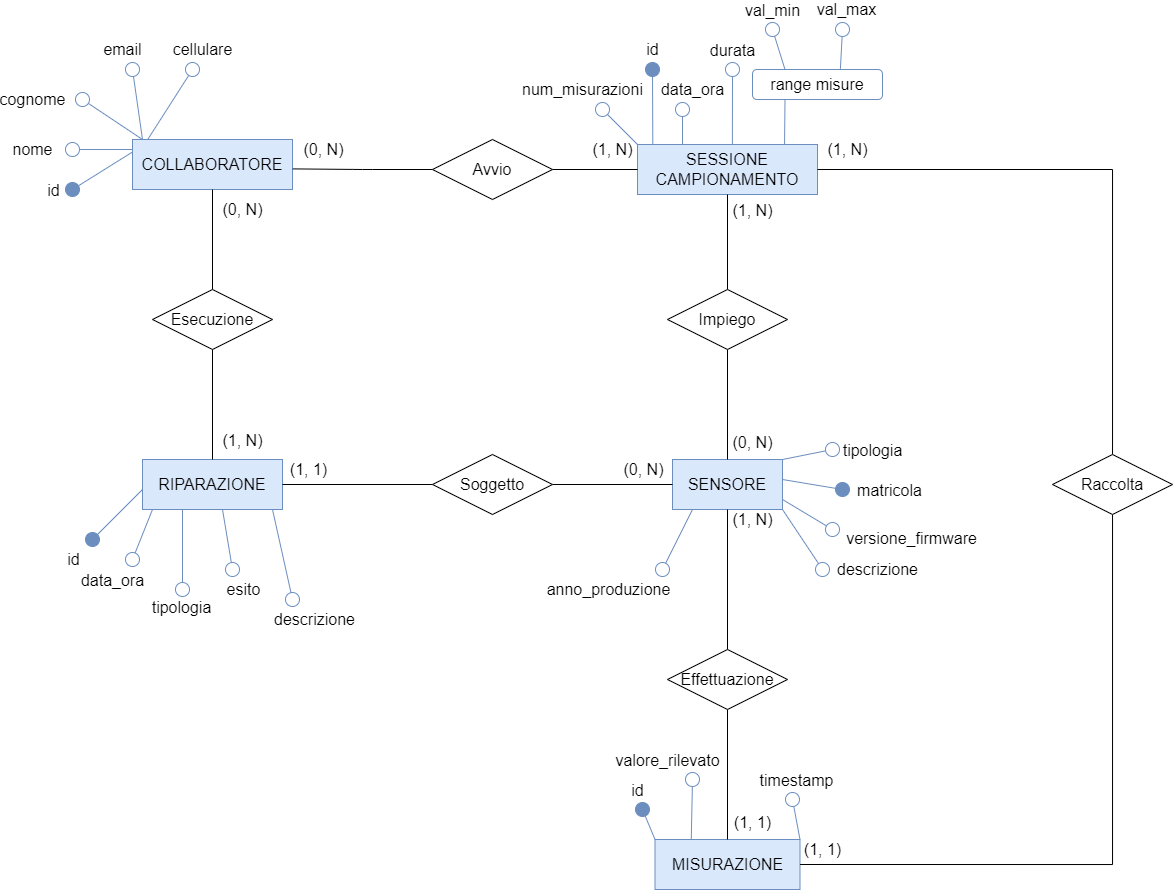
This is diagrammi e-r/Diag. Monitoraggio.png from faffolao/ProgettoBD2022, a draw.io export, as it was before one commit. Source tidied: cells renumbered, new cells last; positions are measured from the earlier drawing's top-left corner, leaving out a move shared by most shapes.
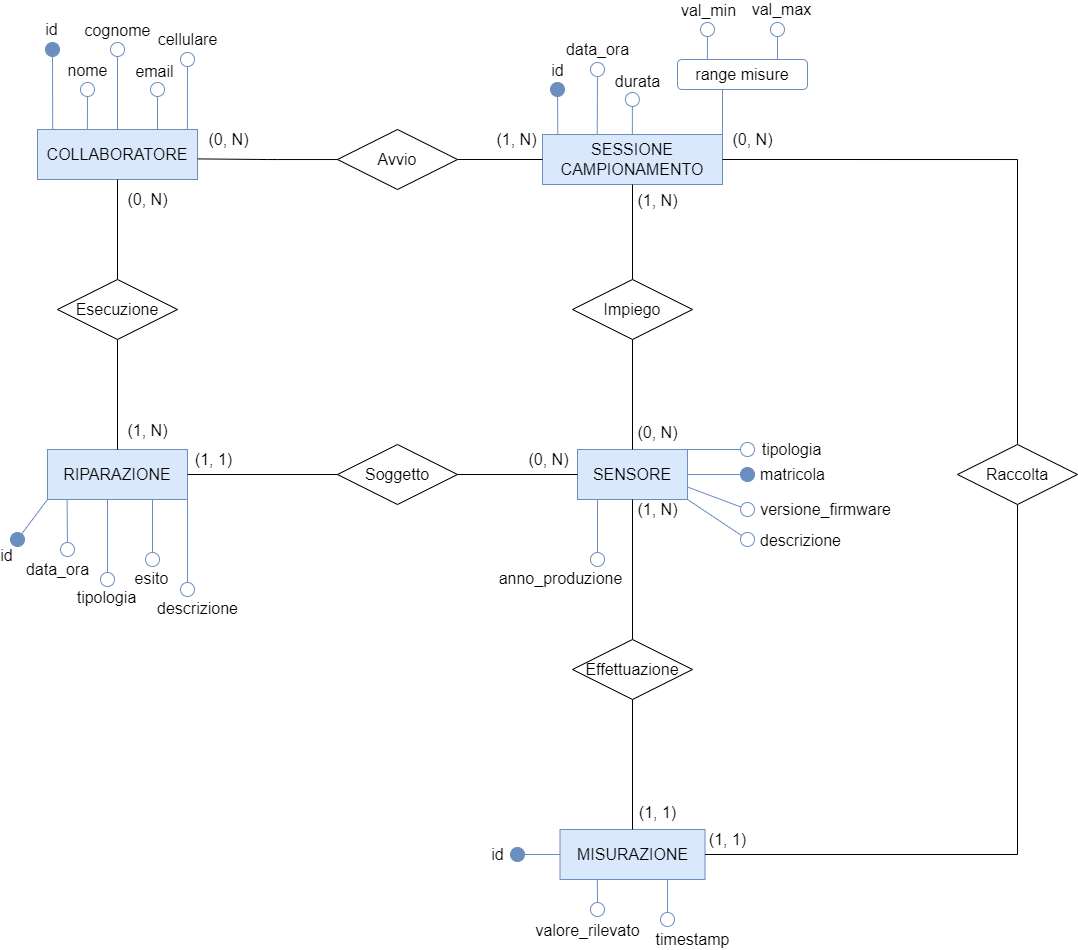
Later version of the same file.

The edit, as a diff of the source:
```diff
@@ -9,4 +9,4 @@
       <mxGeometry relative="1" as="geometry">
-        <mxPoint x="70" y="110" as="sourcePoint" />
-        <mxPoint x="60" y="40" as="targetPoint" />
+        <mxPoint x="180" y="110" as="sourcePoint" />
+        <mxPoint x="180" y="70" as="targetPoint" />
       </mxGeometry>
@@ -15,9 +15,8 @@
       <mxGeometry x="0.44" y="1" relative="1" as="geometry">
-        <mxPoint x="-12" y="-40" as="offset" />
+        <mxPoint x="-2" y="-29" as="offset" />
       </mxGeometry>
     </mxCell>
-    <mxCell id="5" style="endArrow=oval;html=1;rounded=0;strokeColor=#6c8ebf;strokeWidth=1;fontSize=12;startSize=14;endSize=14;startArrow=none;startFill=0;endFill=0;fillColor=#dae8fc;" parent="1" edge="1">
+    <mxCell id="5" style="endArrow=oval;html=1;rounded=0;strokeColor=#6c8ebf;strokeWidth=1;fontSize=12;startSize=14;endSize=14;startArrow=none;startFill=0;endFill=0;fillColor=#dae8fc;exitX=0.5;exitY=0;exitDx=0;exitDy=0;" parent="1" edge="1" source="2">
       <mxGeometry relative="1" as="geometry">
-        <mxPoint x="70" y="110" as="sourcePoint" />
-        <mxPoint x="10" y="70" as="targetPoint" />
+        <mxPoint x="140" y="30" as="targetPoint" />
       </mxGeometry>
@@ -26,9 +25,8 @@
       <mxGeometry x="0.44" y="1" relative="1" as="geometry">
-        <mxPoint x="-66" y="-12" as="offset" />
+        <mxPoint x="1" y="-42" as="offset" />
       </mxGeometry>
     </mxCell>
-    <mxCell id="7" style="endArrow=oval;html=1;rounded=0;strokeColor=#6c8ebf;strokeWidth=1;fontSize=12;startSize=14;endSize=14;startArrow=none;startFill=0;endFill=0;fillColor=#dae8fc;" parent="1" edge="1">
+    <mxCell id="7" style="endArrow=oval;html=1;rounded=0;strokeColor=#6c8ebf;strokeWidth=1;fontSize=12;startSize=14;endSize=14;startArrow=none;startFill=0;endFill=0;fillColor=#dae8fc;exitX=0.312;exitY=0.008;exitDx=0;exitDy=0;exitPerimeter=0;" parent="1" edge="1" source="2">
       <mxGeometry relative="1" as="geometry">
-        <mxPoint x="60" y="120" as="sourcePoint" />
-        <mxPoint y="120" as="targetPoint" />
+        <mxPoint x="110" y="70" as="targetPoint" />
       </mxGeometry>
@@ -37,8 +35,8 @@
       <mxGeometry x="0.44" y="1" relative="1" as="geometry">
-        <mxPoint x="-57" y="-1" as="offset" />
+        <mxPoint x="1" y="-31" as="offset" />
       </mxGeometry>
     </mxCell>
-    <mxCell id="9" style="endArrow=oval;html=1;rounded=0;strokeColor=#6c8ebf;strokeWidth=1;fontSize=12;startSize=14;endSize=14;startArrow=none;startFill=0;endFill=1;exitX=0;exitY=0.25;exitDx=0;exitDy=0;fillColor=#dae8fc;" parent="1" edge="1" source="2">
+    <mxCell id="9" style="endArrow=oval;html=1;rounded=0;strokeColor=#6c8ebf;strokeWidth=1;fontSize=12;startSize=14;endSize=14;startArrow=none;startFill=0;endFill=1;exitX=0.095;exitY=-0.004;exitDx=0;exitDy=0;fillColor=#dae8fc;exitPerimeter=0;" parent="1" edge="1" source="2">
       <mxGeometry relative="1" as="geometry">
-        <mxPoint y="160" as="targetPoint" />
+        <mxPoint x="75" y="30" as="targetPoint" />
       </mxGeometry>
@@ -47,8 +45,8 @@
       <mxGeometry x="0.44" y="1" relative="1" as="geometry">
-        <mxPoint x="-37" y="10" as="offset" />
+        <mxPoint y="-43" as="offset" />
       </mxGeometry>
     </mxCell>
-    <mxCell id="11" style="endArrow=oval;html=1;rounded=0;strokeColor=#6c8ebf;strokeWidth=1;fontSize=12;startSize=14;endSize=14;startArrow=none;startFill=0;endFill=0;exitX=0.096;exitY=-0.004;exitDx=0;exitDy=0;exitPerimeter=0;fillColor=#dae8fc;" parent="1" edge="1" source="2">
+    <mxCell id="11" style="endArrow=oval;html=1;rounded=0;strokeColor=#6c8ebf;strokeWidth=1;fontSize=12;startSize=14;endSize=14;startArrow=none;startFill=0;endFill=0;exitX=0.937;exitY=0.009;exitDx=0;exitDy=0;exitPerimeter=0;fillColor=#dae8fc;" parent="1" edge="1" source="2">
       <mxGeometry relative="1" as="geometry">
-        <mxPoint x="120" y="40" as="targetPoint" />
+        <mxPoint x="210" y="40" as="targetPoint" />
       </mxGeometry>
@@ -57,3 +55,3 @@
       <mxGeometry x="0.38" y="-2" relative="1" as="geometry">
-        <mxPoint x="22" y="-43" as="offset" />
+        <mxPoint x="-2" y="-42" as="offset" />
       </mxGeometry>
@@ -65,4 +63,4 @@
       <mxGeometry relative="1" as="geometry">
-        <mxPoint x="20" y="510" as="sourcePoint" />
-        <mxPoint x="70" y="460" as="targetPoint" />
+        <mxPoint x="40" y="520" as="sourcePoint" />
+        <mxPoint x="70" y="480" as="targetPoint" />
       </mxGeometry>
@@ -71,9 +69,8 @@
       <mxGeometry x="-0.59" relative="1" as="geometry">
-        <mxPoint x="-30" y="30" as="offset" />
+        <mxPoint x="-18" y="24" as="offset" />
       </mxGeometry>
     </mxCell>
-    <mxCell id="16" style="endArrow=none;html=1;rounded=0;strokeColor=#6c8ebf;strokeWidth=1;fontSize=12;startSize=14;endSize=14;startArrow=oval;startFill=0;fillColor=#dae8fc;" parent="1" edge="1">
+    <mxCell id="16" style="endArrow=none;html=1;rounded=0;strokeColor=#6c8ebf;strokeWidth=1;fontSize=12;startSize=14;endSize=14;startArrow=oval;startFill=0;fillColor=#dae8fc;entryX=0.14;entryY=1.012;entryDx=0;entryDy=0;entryPerimeter=0;" parent="1" edge="1" target="13">
       <mxGeometry relative="1" as="geometry">
-        <mxPoint x="60" y="530" as="sourcePoint" />
-        <mxPoint x="80" y="480" as="targetPoint" />
+        <mxPoint x="90" y="530" as="sourcePoint" />
       </mxGeometry>
@@ -82,3 +79,3 @@
       <mxGeometry x="0.62" y="-3" relative="1" as="geometry">
-        <mxPoint x="-39" y="60" as="offset" />
+        <mxPoint x="-13" y="60" as="offset" />
       </mxGeometry>
@@ -87,4 +84,4 @@
       <mxGeometry relative="1" as="geometry">
-        <mxPoint x="110" y="560" as="sourcePoint" />
-        <mxPoint x="110" y="480" as="targetPoint" />
+        <mxPoint x="130" y="560" as="sourcePoint" />
+        <mxPoint x="130" y="480" as="targetPoint" />
       </mxGeometry>
@@ -96,6 +93,5 @@
     </mxCell>
-    <mxCell id="20" style="endArrow=none;html=1;rounded=0;strokeColor=#6c8ebf;strokeWidth=1;fontSize=12;startSize=14;endSize=14;startArrow=oval;startFill=0;fillColor=#dae8fc;" parent="1" edge="1">
+    <mxCell id="20" style="endArrow=none;html=1;rounded=0;strokeColor=#6c8ebf;strokeWidth=1;fontSize=12;startSize=14;endSize=14;startArrow=oval;startFill=0;fillColor=#dae8fc;entryX=0.75;entryY=1;entryDx=0;entryDy=0;" parent="1" edge="1" target="13">
       <mxGeometry relative="1" as="geometry">
-        <mxPoint x="160" y="540" as="sourcePoint" />
-        <mxPoint x="150" y="480" as="targetPoint" />
+        <mxPoint x="175" y="540" as="sourcePoint" />
       </mxGeometry>
@@ -104,9 +100,8 @@
       <mxGeometry x="-0.46" y="-1" relative="1" as="geometry">
-        <mxPoint x="12" y="36" as="offset" />
+        <mxPoint x="-2" y="35" as="offset" />
       </mxGeometry>
     </mxCell>
-    <mxCell id="22" style="endArrow=none;html=1;rounded=0;strokeColor=#6c8ebf;strokeWidth=1;fontSize=12;startSize=14;endSize=14;startArrow=oval;startFill=0;fillColor=#dae8fc;" parent="1" edge="1">
+    <mxCell id="22" style="endArrow=none;html=1;rounded=0;strokeColor=#6c8ebf;strokeWidth=1;fontSize=12;startSize=14;endSize=14;startArrow=oval;startFill=0;fillColor=#dae8fc;entryX=1;entryY=1;entryDx=0;entryDy=0;" parent="1" edge="1" target="13">
       <mxGeometry relative="1" as="geometry">
-        <mxPoint x="220" y="570" as="sourcePoint" />
-        <mxPoint x="200" y="480" as="targetPoint" />
+        <mxPoint x="210" y="570" as="sourcePoint" />
       </mxGeometry>
@@ -115,3 +110,3 @@
       <mxGeometry x="0.51" y="2" relative="1" as="geometry">
-        <mxPoint x="39" y="87" as="offset" />
+        <mxPoint x="12" y="87" as="offset" />
       </mxGeometry>
@@ -140,6 +135,5 @@
     </mxCell>
-    <mxCell id="30" style="endArrow=oval;html=1;strokeColor=#6c8ebf;strokeWidth=1;fontSize=12;startSize=14;endSize=14;startArrow=none;startFill=0;endFill=1;fillColor=#dae8fc;" parent="1" edge="1">
+    <mxCell id="30" style="endArrow=oval;html=1;strokeColor=#6c8ebf;strokeWidth=1;fontSize=12;startSize=14;endSize=14;startArrow=none;startFill=0;endFill=1;fillColor=#dae8fc;exitX=1;exitY=0.5;exitDx=0;exitDy=0;" parent="1" edge="1" source="29">
       <mxGeometry relative="1" as="geometry">
-        <mxPoint x="710" y="450" as="sourcePoint" />
-        <mxPoint x="770" y="460" as="targetPoint" />
+        <mxPoint x="770" y="455" as="targetPoint" />
       </mxGeometry>
@@ -148,9 +142,8 @@
       <mxGeometry x="0.49" relative="1" as="geometry">
-        <mxPoint x="62" y="3" as="offset" />
+        <mxPoint x="60" as="offset" />
       </mxGeometry>
     </mxCell>
-    <mxCell id="32" style="endArrow=none;html=1;strokeColor=#6c8ebf;strokeWidth=1;fontSize=12;startSize=14;endSize=14;startArrow=oval;startFill=0;fillColor=#dae8fc;" parent="1" edge="1">
+    <mxCell id="32" style="endArrow=none;html=1;strokeColor=#6c8ebf;strokeWidth=1;fontSize=12;startSize=14;endSize=14;startArrow=oval;startFill=0;fillColor=#dae8fc;entryX=1;entryY=0.75;entryDx=0;entryDy=0;" parent="1" edge="1" target="29">
       <mxGeometry relative="1" as="geometry">
-        <mxPoint x="760" y="500" as="sourcePoint" />
-        <mxPoint x="710" y="470" as="targetPoint" />
+        <mxPoint x="770" y="490" as="sourcePoint" />
       </mxGeometry>
@@ -159,3 +152,3 @@
       <mxGeometry x="-0.43" y="-1" relative="1" as="geometry">
-        <mxPoint x="92" y="18" as="offset" />
+        <mxPoint x="95" y="7" as="offset" />
       </mxGeometry>
@@ -164,3 +157,3 @@
       <mxGeometry relative="1" as="geometry">
-        <mxPoint x="750" y="540" as="sourcePoint" />
+        <mxPoint x="770" y="520" as="sourcePoint" />
         <mxPoint x="710" y="480" as="targetPoint" />
@@ -170,3 +163,3 @@
       <mxGeometry x="0.44" y="-1" relative="1" as="geometry">
-        <mxPoint x="83" y="44" as="offset" />
+        <mxPoint x="95" y="30" as="offset" />
       </mxGeometry>
@@ -175,3 +168,3 @@
       <mxGeometry relative="1" as="geometry">
-        <mxPoint x="760" y="420" as="sourcePoint" />
+        <mxPoint x="770" y="430" as="sourcePoint" />
       </mxGeometry>
@@ -180,3 +173,3 @@
       <mxGeometry x="0.65" y="-2" relative="1" as="geometry">
-        <mxPoint x="81" y="-6" as="offset" />
+        <mxPoint x="93" y="2" as="offset" />
       </mxGeometry>
@@ -226,3 +219,3 @@
       <mxGeometry relative="1" as="geometry">
-        <mxPoint x="580" y="40" as="targetPoint" />
+        <mxPoint x="580" y="70" as="targetPoint" />
       </mxGeometry>
@@ -231,8 +224,8 @@
       <mxGeometry x="0.49" y="3" relative="1" as="geometry">
-        <mxPoint x="3" y="-39" as="offset" />
+        <mxPoint x="3" y="-31" as="offset" />
       </mxGeometry>
     </mxCell>
-    <mxCell id="51" style="endArrow=oval;html=1;strokeColor=#6c8ebf;strokeWidth=1;fontSize=12;startSize=14;endSize=14;endFill=0;fillColor=#dae8fc;exitX=0.25;exitY=0;exitDx=0;exitDy=0;" parent="1" edge="1" source="43">
+    <mxCell id="51" style="endArrow=oval;html=1;strokeColor=#6c8ebf;strokeWidth=1;fontSize=12;startSize=14;endSize=14;endFill=0;fillColor=#dae8fc;exitX=0.304;exitY=-0.009;exitDx=0;exitDy=0;exitPerimeter=0;" parent="1" edge="1" source="43">
       <mxGeometry relative="1" as="geometry">
-        <mxPoint x="610" y="80" as="targetPoint" />
+        <mxPoint x="620" y="50" as="targetPoint" />
       </mxGeometry>
@@ -241,8 +234,9 @@
       <mxGeometry x="0.55" relative="1" as="geometry">
-        <mxPoint x="10" y="-28" as="offset" />
+        <mxPoint y="-35" as="offset" />
       </mxGeometry>
     </mxCell>
-    <mxCell id="53" style="endArrow=none;html=1;strokeColor=#6c8ebf;strokeWidth=1;fontSize=12;startSize=14;endSize=14;endFill=0;startArrow=oval;startFill=0;fillColor=#dae8fc;entryX=0.527;entryY=0.01;entryDx=0;entryDy=0;entryPerimeter=0;" parent="1" edge="1" target="43">
+    <mxCell id="53" style="endArrow=none;html=1;strokeColor=#6c8ebf;strokeWidth=1;fontSize=12;startSize=14;endSize=14;endFill=0;startArrow=oval;startFill=0;fillColor=#dae8fc;" parent="1" edge="1">
       <mxGeometry relative="1" as="geometry">
-        <mxPoint x="660" y="40" as="sourcePoint" />
+        <mxPoint x="654.9" y="80" as="sourcePoint" />
+        <mxPoint x="654.9" y="115" as="targetPoint" />
       </mxGeometry>
@@ -251,3 +245,3 @@
       <mxGeometry x="-0.3" y="-1" relative="1" as="geometry">
-        <mxPoint x="1" y="-46" as="offset" />
+        <mxPoint x="6" y="-31" as="offset" />
       </mxGeometry>
@@ -255,10 +249,12 @@
     <mxCell id="55" value="range misure" style="rounded=1;whiteSpace=wrap;html=1;fontSize=16;fillColor=none;strokeColor=#6c8ebf;" parent="1" vertex="1">
-      <mxGeometry x="680" y="40" width="130" height="30" as="geometry" />
+      <mxGeometry x="700" y="40" width="130" height="30" as="geometry" />
     </mxCell>
-    <mxCell id="56" style="endArrow=none;html=1;strokeColor=#6c8ebf;strokeWidth=1;fontSize=12;startSize=14;endSize=14;exitX=0.25;exitY=1;exitDx=0;exitDy=0;fillColor=#dae8fc;entryX=0.817;entryY=-0.007;entryDx=0;entryDy=0;entryPerimeter=0;" parent="1" edge="1" source="55" target="43">
-      <mxGeometry relative="1" as="geometry" />
+    <mxCell id="56" style="endArrow=none;html=1;strokeColor=#6c8ebf;strokeWidth=1;fontSize=12;startSize=14;endSize=14;fillColor=#dae8fc;entryX=1;entryY=0;entryDx=0;entryDy=0;" parent="1" edge="1" target="43">
+      <mxGeometry relative="1" as="geometry">
+        <mxPoint x="745" y="70" as="sourcePoint" />
+      </mxGeometry>
     </mxCell>
-    <mxCell id="57" style="endArrow=oval;html=1;strokeColor=#6c8ebf;strokeWidth=1;fontSize=12;startSize=14;endSize=14;endFill=0;fillColor=#dae8fc;exitX=0.25;exitY=0;exitDx=0;exitDy=0;" parent="1" edge="1" source="55">
+    <mxCell id="57" style="endArrow=oval;html=1;strokeColor=#6c8ebf;strokeWidth=1;fontSize=12;startSize=14;endSize=14;endFill=0;fillColor=#dae8fc;exitX=0.23;exitY=-0.01;exitDx=0;exitDy=0;exitPerimeter=0;" parent="1" edge="1" source="55">
       <mxGeometry relative="1" as="geometry">
-        <mxPoint x="700" as="targetPoint" />
+        <mxPoint x="730" y="10" as="targetPoint" />
       </mxGeometry>
@@ -267,8 +263,8 @@
       <mxGeometry x="0.39" y="1" relative="1" as="geometry">
-        <mxPoint x="-3" y="-32" as="offset" />
+        <mxPoint x="2" y="-28" as="offset" />
       </mxGeometry>
     </mxCell>
-    <mxCell id="59" style="endArrow=none;html=1;strokeColor=#6c8ebf;strokeWidth=1;fontSize=12;startSize=14;endSize=14;endFill=0;startArrow=oval;startFill=0;fillColor=#dae8fc;entryX=0.676;entryY=-0.024;entryDx=0;entryDy=0;entryPerimeter=0;" parent="1" edge="1" target="55">
+    <mxCell id="59" style="endArrow=none;html=1;strokeColor=#6c8ebf;strokeWidth=1;fontSize=12;startSize=14;endSize=14;endFill=0;startArrow=oval;startFill=0;fillColor=#dae8fc;entryX=0.769;entryY=0.01;entryDx=0;entryDy=0;entryPerimeter=0;" parent="1" edge="1" target="55">
       <mxGeometry relative="1" as="geometry">
-        <mxPoint x="770" as="sourcePoint" />
+        <mxPoint x="800" y="10" as="sourcePoint" />
       </mxGeometry>
@@ -277,3 +273,3 @@
       <mxGeometry x="-0.39" relative="1" as="geometry">
-        <mxPoint x="4" y="-32" as="offset" />
+        <mxPoint x="4" y="-29" as="offset" />
       </mxGeometry>
@@ -302,5 +298,5 @@
     </mxCell>
-    <mxCell id="67" style="endArrow=none;html=1;strokeColor=#6c8ebf;strokeWidth=1;fontSize=12;startSize=14;endSize=14;endFill=0;startArrow=oval;startFill=1;fillColor=#dae8fc;entryX=0;entryY=0;entryDx=0;entryDy=0;" parent="1" edge="1" target="66">
+    <mxCell id="67" style="endArrow=none;html=1;strokeColor=#6c8ebf;strokeWidth=1;fontSize=12;startSize=14;endSize=14;endFill=0;startArrow=oval;startFill=1;fillColor=#dae8fc;entryX=0;entryY=0.5;entryDx=0;entryDy=0;" parent="1" edge="1" target="66">
       <mxGeometry relative="1" as="geometry">
-        <mxPoint x="570" y="780" as="sourcePoint" />
+        <mxPoint x="540" y="835" as="sourcePoint" />
       </mxGeometry>
@@ -309,8 +305,11 @@
       <mxGeometry x="0.4" y="-3" relative="1" as="geometry">
-        <mxPoint x="-11" y="-42" as="offset" />
+        <mxPoint x="-50" y="-3" as="offset" />
       </mxGeometry>
     </mxCell>
-    <mxCell id="69" style="endArrow=none;html=1;strokeColor=#6c8ebf;strokeWidth=1;fontSize=12;startSize=14;endSize=14;startArrow=oval;startFill=0;entryX=0.25;entryY=0;entryDx=0;entryDy=0;fillColor=#dae8fc;" parent="1" edge="1" target="66">
+    <mxCell id="69" style="endArrow=none;html=1;strokeColor=#6c8ebf;strokeWidth=1;fontSize=12;startSize=14;endSize=14;startArrow=oval;startFill=0;fillColor=#dae8fc;entryX=0.257;entryY=1.008;entryDx=0;entryDy=0;entryPerimeter=0;" parent="1" edge="1" target="66">
       <mxGeometry relative="1" as="geometry">
-        <mxPoint x="620" y="750" as="sourcePoint" />
+        <mxPoint x="620" y="890" as="sourcePoint" />
+        <Array as="points">
+          <mxPoint x="620" y="880" />
+        </Array>
       </mxGeometry>
@@ -319,8 +318,8 @@
       <mxGeometry x="0.55" relative="1" as="geometry">
-        <mxPoint x="-24" y="-66" as="offset" />
+        <mxPoint x="-10" y="43" as="offset" />
       </mxGeometry>
     </mxCell>
-    <mxCell id="71" style="endArrow=none;html=1;strokeColor=#6c8ebf;strokeWidth=1;fontSize=12;startSize=14;endSize=14;startArrow=oval;startFill=0;fillColor=#dae8fc;entryX=1;entryY=0;entryDx=0;entryDy=0;" parent="1" edge="1" target="66">
+    <mxCell id="71" style="endArrow=none;html=1;strokeColor=#6c8ebf;strokeWidth=1;fontSize=12;startSize=14;endSize=14;startArrow=oval;startFill=0;fillColor=#dae8fc;entryX=0.742;entryY=1.006;entryDx=0;entryDy=0;entryPerimeter=0;" parent="1" edge="1" target="66">
       <mxGeometry relative="1" as="geometry">
-        <mxPoint x="720" y="770" as="sourcePoint" />
+        <mxPoint x="690" y="900" as="sourcePoint" />
       </mxGeometry>
@@ -329,3 +328,3 @@
       <mxGeometry x="-0.44" y="-1" relative="1" as="geometry">
-        <mxPoint x="3" y="-31" as="offset" />
+        <mxPoint x="24" y="31" as="offset" />
       </mxGeometry>
@@ -334,3 +333,3 @@
       <mxGeometry relative="1" as="geometry">
-        <mxPoint x="590" y="540" as="sourcePoint" />
+        <mxPoint x="620" y="540" as="sourcePoint" />
         <mxPoint x="620" y="480" as="targetPoint" />
@@ -340,3 +339,3 @@
       <mxGeometry x="0.65" y="-2" relative="1" as="geometry">
-        <mxPoint x="-81" y="68" as="offset" />
+        <mxPoint x="-39" y="68" as="offset" />
       </mxGeometry>
@@ -381,3 +380,3 @@
     </mxCell>
-    <mxCell id="83" value="(1, N)" style="edgeLabel;html=1;align=center;verticalAlign=middle;fontSize=16;" parent="82" vertex="1">
+    <mxCell id="83" value="(0, N)" style="edgeLabel;html=1;align=center;verticalAlign=middle;fontSize=16;" parent="82" vertex="1">
       <mxGeometry x="0.9" y="-2" relative="1" as="geometry">
@@ -389,12 +388,2 @@
     </mxCell>
-    <mxCell id="85" style="endArrow=oval;html=1;strokeColor=#6c8ebf;strokeWidth=1;fontSize=12;startSize=14;endSize=14;endFill=0;fillColor=#dae8fc;exitX=0;exitY=0;exitDx=0;exitDy=0;" parent="1" edge="1" source="43">
-      <mxGeometry relative="1" as="geometry">
-        <mxPoint x="530" y="80" as="targetPoint" />
-      </mxGeometry>
-    </mxCell>
-    <mxCell id="86" value="num_misurazioni" style="edgeLabel;html=1;align=center;verticalAlign=middle;fontSize=16;" parent="85" vertex="1">
-      <mxGeometry x="0.55" relative="1" as="geometry">
-        <mxPoint x="-28" y="-28" as="offset" />
-      </mxGeometry>
-    </mxCell>
   </root>
```
